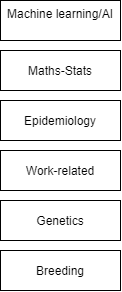
The draw.io diagram Flowchart.png in AlfredPgen/Flowchart, before a commit. Source tidied: cells renumbered, new cells last; positions are measured from the earlier drawing's top-left corner, leaving out a move shared by most shapes.
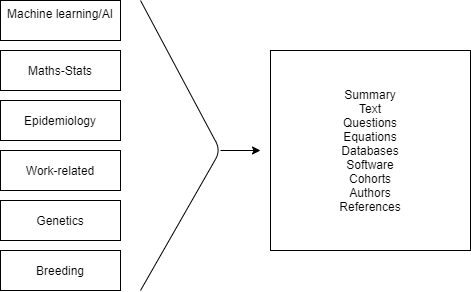
Above is the later version.

What changed in the source:
```diff
@@ -20,5 +20,23 @@
     <mxCell id="7" value="Work-related" style="rounded=0;whiteSpace=wrap;html=1;" parent="1" vertex="1">
       <mxGeometry y="150" width="120" height="40" as="geometry" />
     </mxCell>
+    <mxCell id="8" style="endArrow=none;html=1;" parent="1" edge="1">
+      <mxGeometry relative="1" as="geometry">
+        <mxPoint x="140" y="290" as="sourcePoint" />
+        <mxPoint x="140" as="targetPoint" />
+        <Array as="points">
+          <mxPoint x="220" y="150" />
+        </Array>
+      </mxGeometry>
+    </mxCell>
+    <mxCell id="9" style="endArrow=classic;html=1;" parent="1" edge="1">
+      <mxGeometry relative="1" as="geometry">
+        <mxPoint x="220" y="150" as="sourcePoint" />
+        <mxPoint x="260" y="150" as="targetPoint" />
+      </mxGeometry>
+    </mxCell>
+    <mxCell id="10" value="Summary&lt;br&gt;Text&lt;br&gt;Questions&lt;br&gt;Equations&lt;br&gt;Databases&lt;br&gt;Software&lt;br&gt;Cohorts&lt;br&gt;Authors&lt;br&gt;References" style="whiteSpace=wrap;html=1;" parent="1" vertex="1">
+      <mxGeometry x="270" y="50" width="200" height="200" as="geometry" />
+    </mxCell>
   </root>
 </mxGraphModel>
```
